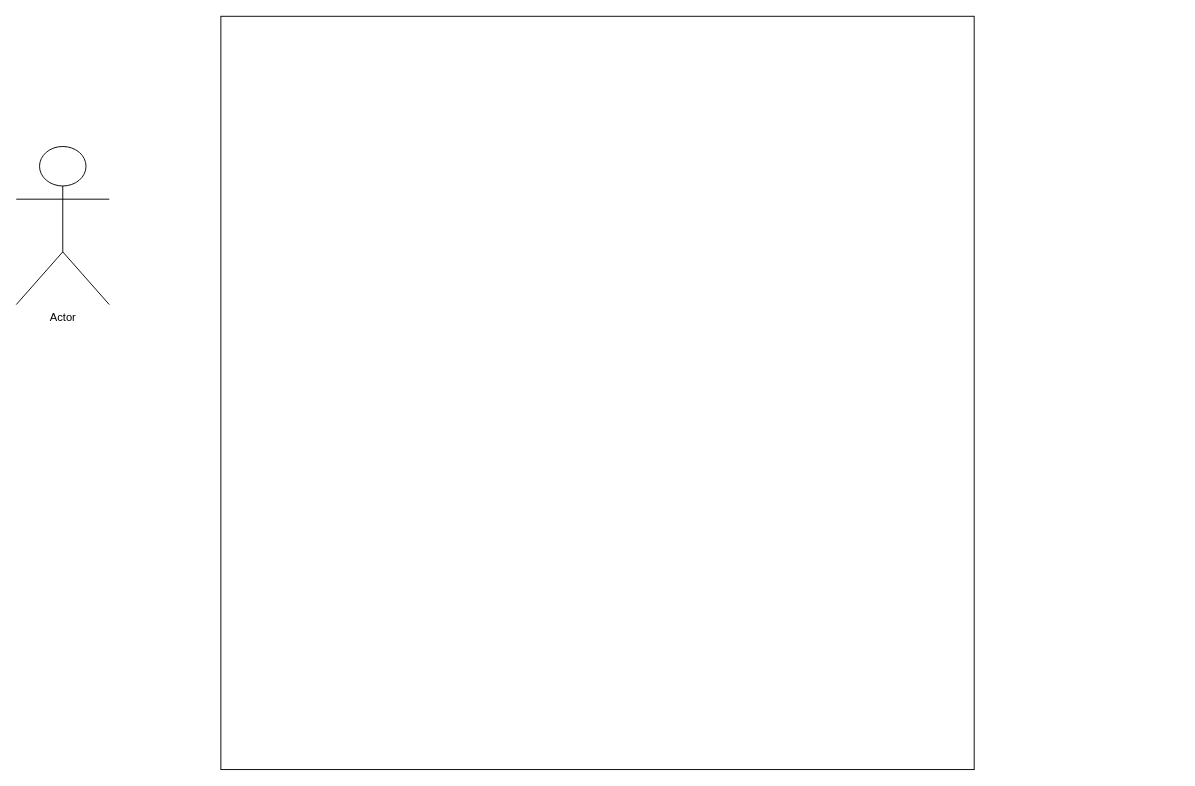
This is Untitled Diagram.drawio from karemehab1/SA, a draw.io file, before an edit. Source tidied: cells renumbered, new cells numbered last; positions are measured from the earlier drawing's top-left corner, leaving out a move shared by most shapes. Both pictures are drawn from the tidied source at 93%, with x=0, y=0 at pixel (16, 16).
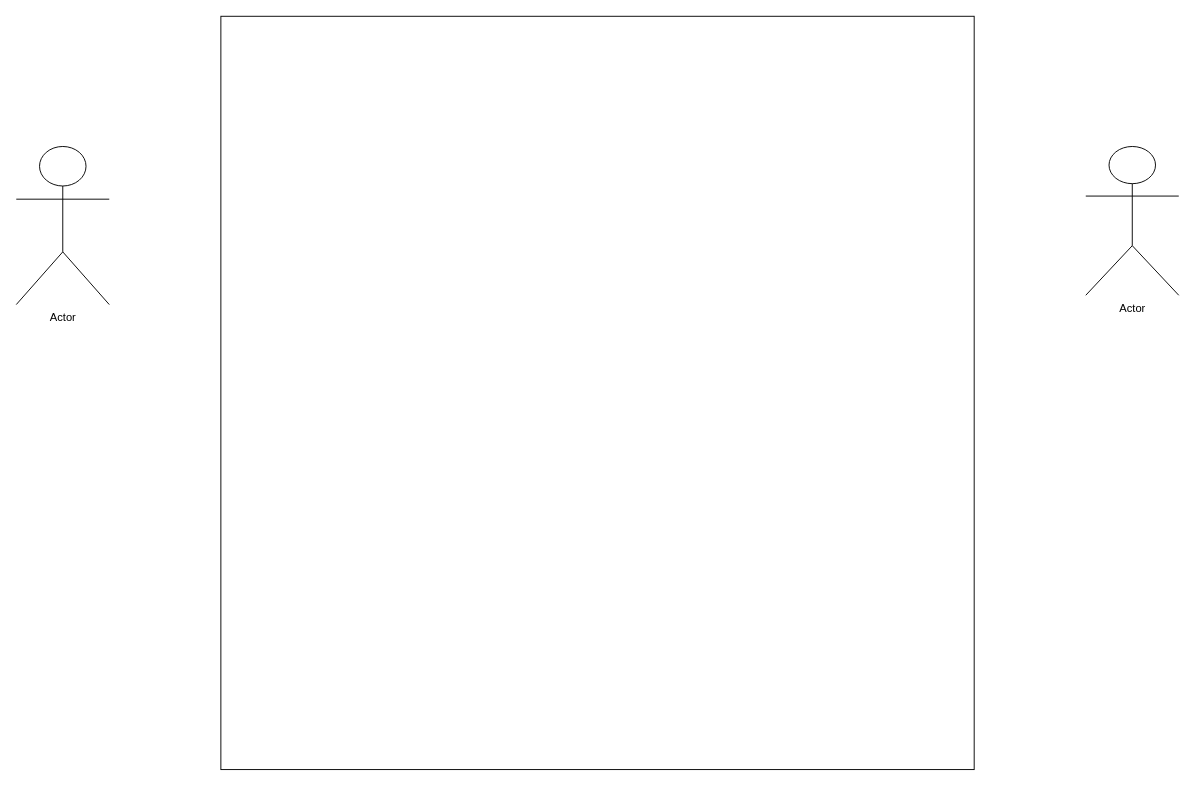
The same page after the edit.

The edit, as a diff of the source:
```diff
@@
 <mxGraphModel>
   <root>
     <mxCell id="0" />
     <mxCell id="1" parent="0" />
     <mxCell id="2" style="whiteSpace=wrap;html=1;" parent="1" vertex="1">
       <mxGeometry x="220" width="810" height="810" as="geometry" />
     </mxCell>
     <mxCell id="3" value="Actor" style="shape=umlActor;verticalLabelPosition=bottom;verticalAlign=top;html=1;" parent="1" vertex="1">
       <mxGeometry y="140" width="100" height="170" as="geometry" />
     </mxCell>
+    <mxCell id="4" value="Actor" style="shape=umlActor;verticalLabelPosition=bottom;verticalAlign=top;html=1;strokeColor=default;align=center;fontFamily=Helvetica;fontSize=12;fontColor=default;fillColor=default;" parent="1" vertex="1">
+      <mxGeometry x="1150" y="140" width="100" height="160" as="geometry" />
+    </mxCell>
   </root>
 </mxGraphModel>
```
